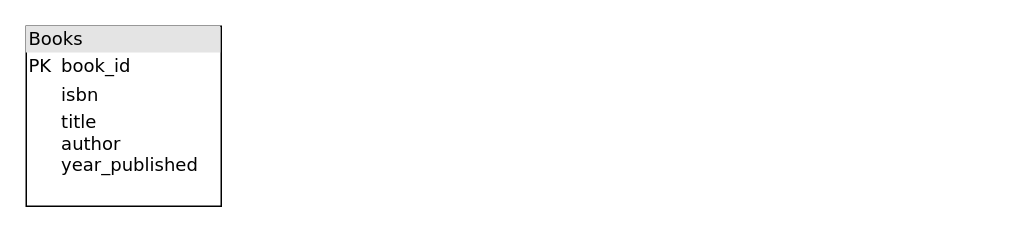
The draw.io diagram Untitled Diagram.drawio in ConnorGaskill/UML, before the edit. Source tidied: cells renumbered, new cells numbered last; positions are measured from the earlier drawing's top-left corner, leaving out a move shared by most shapes. Both pictures are drawn from the tidied source at 150%, with x=0, y=0 at pixel (26, 26).
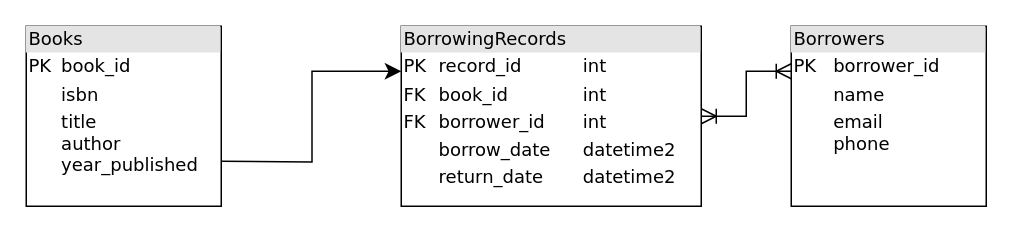
The same page after the edit.

What changed in the source:
```diff
@@
 <mxGraphModel>
   <root>
     <mxCell id="0" />
     <mxCell id="1" parent="0" />
+    <mxCell id="3" style="edgeStyle=orthogonalEdgeStyle;rounded=0;jettySize=auto;html=1;fontSize=12;startSize=8;endSize=8;entryX=0;entryY=0.25;entryDx=0;entryDy=0;" parent="1" edge="1" target="6">
+      <mxGeometry relative="1" as="geometry">
+        <mxPoint x="130" y="90" as="sourcePoint" />
+      </mxGeometry>
+    </mxCell>
     <mxCell id="2" value="&lt;div style=&quot;box-sizing: border-box; width: 100%; background: rgb(228, 228, 228); padding: 2px;&quot;&gt;Books&lt;/div&gt;&lt;table style=&quot;width: 100% ; font-size: 1em&quot; cellpadding=&quot;2&quot; cellspacing=&quot;0&quot;&gt;&lt;tbody&gt;&lt;tr&gt;&lt;td&gt;PK&lt;/td&gt;&lt;td&gt;book_id&lt;/td&gt;&lt;/tr&gt;&lt;tr&gt;&lt;td&gt;&lt;br&gt;&lt;/td&gt;&lt;td&gt;isbn&lt;/td&gt;&lt;/tr&gt;&lt;tr&gt;&lt;td&gt;&lt;/td&gt;&lt;td&gt;title&lt;br&gt;author&lt;br&gt;year_published&lt;/td&gt;&lt;/tr&gt;&lt;/tbody&gt;&lt;/table&gt;" style="verticalAlign=top;align=left;overflow=fill;html=1;rounded=0;shadow=0;comic=0;labelBackgroundColor=none;strokeWidth=1;fontFamily=Verdana;fontSize=12;" parent="1" vertex="1">
       <mxGeometry width="130" height="120" as="geometry" />
     </mxCell>
+    <mxCell id="4" style="edgeStyle=orthogonalEdgeStyle;rounded=0;jettySize=auto;html=1;exitX=0;exitY=0.25;exitDx=0;exitDy=0;fontSize=12;startSize=8;endSize=8;endArrow=ERoneToMany;endFill=0;startArrow=ERoneToMany;startFill=0;" parent="1" edge="1" source="5" target="6">
+      <mxGeometry relative="1" as="geometry" />
+    </mxCell>
+    <mxCell id="5" value="&lt;div style=&quot;box-sizing: border-box; width: 100%; background: rgb(228, 228, 228); padding: 2px;&quot;&gt;Borrowers&lt;/div&gt;&lt;table style=&quot;width: 100% ; font-size: 1em&quot; cellpadding=&quot;2&quot; cellspacing=&quot;0&quot;&gt;&lt;tbody&gt;&lt;tr&gt;&lt;td&gt;PK&lt;/td&gt;&lt;td&gt;borrower_id&lt;/td&gt;&lt;/tr&gt;&lt;tr&gt;&lt;td&gt;&lt;br&gt;&lt;/td&gt;&lt;td&gt;name&lt;/td&gt;&lt;/tr&gt;&lt;tr&gt;&lt;td&gt;&lt;/td&gt;&lt;td&gt;email&lt;br&gt;phone&lt;br&gt;&lt;/td&gt;&lt;/tr&gt;&lt;/tbody&gt;&lt;/table&gt;" style="verticalAlign=top;align=left;overflow=fill;html=1;rounded=0;shadow=0;comic=0;labelBackgroundColor=none;strokeWidth=1;fontFamily=Verdana;fontSize=12;" parent="1" vertex="1">
+      <mxGeometry x="510" width="130" height="120" as="geometry" />
+    </mxCell>
+    <mxCell id="6" value="&lt;div style=&quot;box-sizing: border-box; width: 100%; background: rgb(228, 228, 228); padding: 2px;&quot;&gt;BorrowingRecords&lt;/div&gt;&lt;table style=&quot;width: 100% ; font-size: 1em&quot; cellpadding=&quot;2&quot; cellspacing=&quot;0&quot;&gt;&lt;tbody&gt;&lt;tr&gt;&lt;td&gt;PK&lt;/td&gt;&lt;td&gt;record_id&lt;/td&gt;&lt;td&gt;int&lt;/td&gt;&lt;/tr&gt;&lt;tr&gt;&lt;td&gt;FK&lt;/td&gt;&lt;td&gt;book_id&lt;/td&gt;&lt;td&gt;int&lt;/td&gt;&lt;/tr&gt;&lt;tr&gt;&lt;td&gt;FK&lt;/td&gt;&lt;td&gt;borrower_id&lt;/td&gt;&lt;td&gt;int&lt;/td&gt;&lt;/tr&gt;&lt;tr&gt;&lt;td&gt;&lt;br&gt;&lt;/td&gt;&lt;td&gt;borrow_date&lt;/td&gt;&lt;td&gt;&lt;span style=&quot;text-wrap-mode: wrap; background-color: rgb(255, 255, 255);&quot;&gt;&lt;font face=&quot;Verdana&quot;&gt;datetime2&lt;/font&gt;&lt;/span&gt;&lt;/td&gt;&lt;/tr&gt;&lt;tr&gt;&lt;td&gt;&lt;br&gt;&lt;/td&gt;&lt;td&gt;return_date&lt;/td&gt;&lt;td&gt;&lt;span style=&quot;text-wrap-mode: wrap; background-color: rgb(255, 255, 255);&quot;&gt;datetime2&lt;/span&gt;&lt;/td&gt;&lt;/tr&gt;&lt;/tbody&gt;&lt;/table&gt;" style="verticalAlign=top;align=left;overflow=fill;html=1;rounded=0;shadow=0;comic=0;labelBackgroundColor=none;strokeWidth=1;fontFamily=Verdana;fontSize=12;" parent="1" vertex="1">
+      <mxGeometry x="250" width="200" height="120" as="geometry" />
+    </mxCell>
   </root>
 </mxGraphModel>
```
